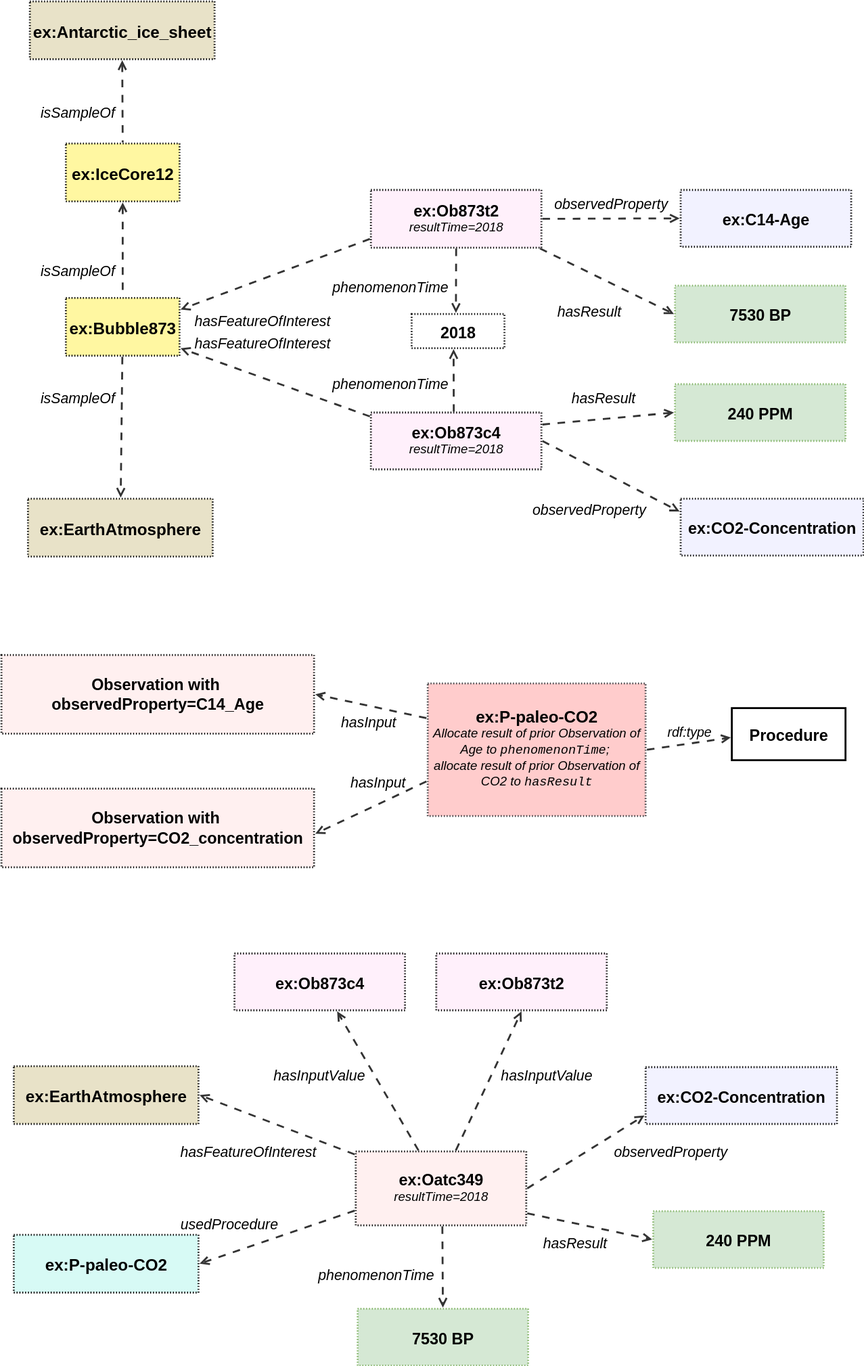
Before: ssn/images/paleo-atmosphere.svg, a diagram exported from draw.io (w3c/sdw-sosa-ssn). Source tidied: cells renumbered, new cells last; positions are measured from the earlier drawing's top-left corner, leaving out a move shared by most shapes.
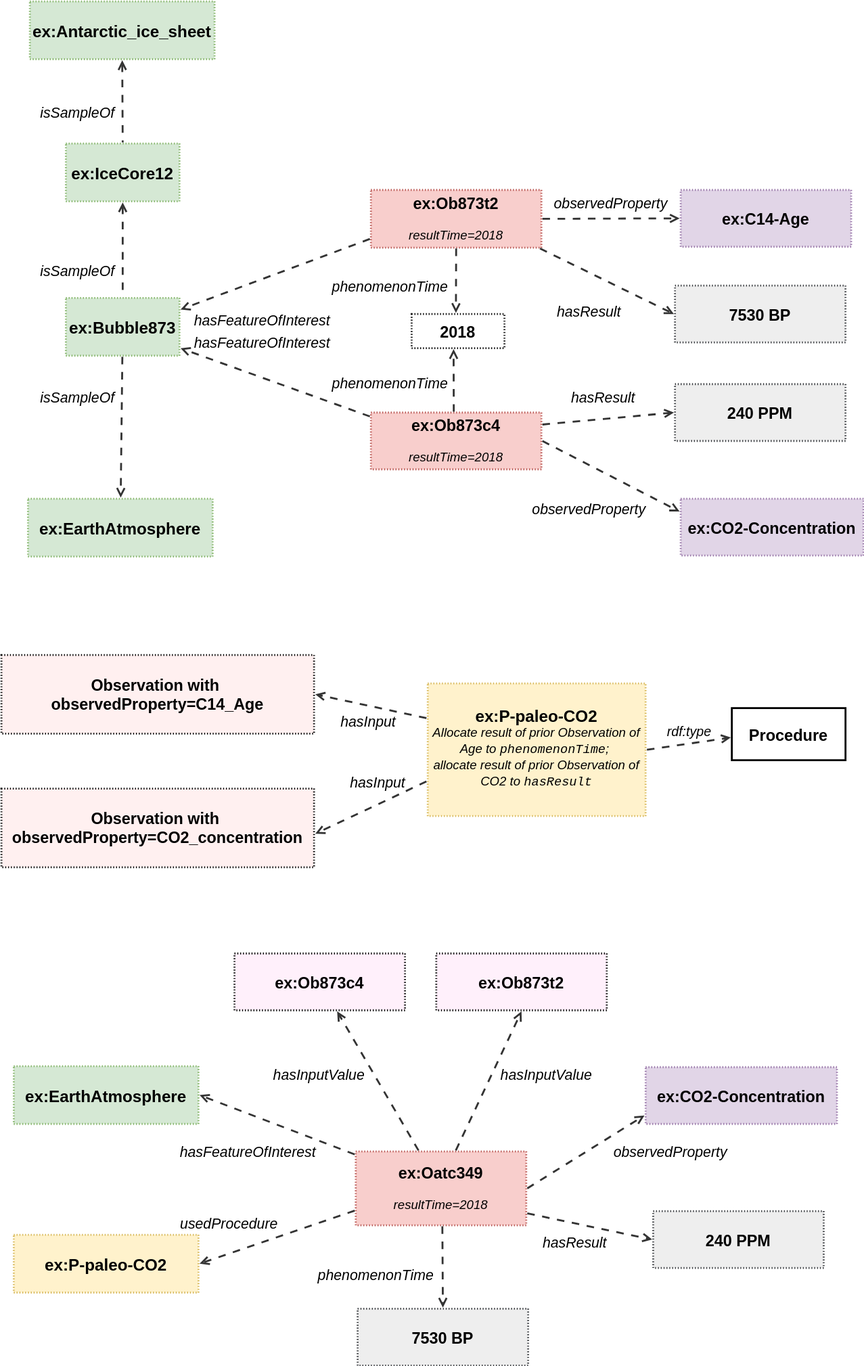
Later version of the same file.

Commit message:
consistent diagrams

Change to the diagram source:
```diff
@@ -7,3 +7,3 @@
     </mxCell>
-    <mxCell id="3" value="ex:Bubble873" style="html=1;overflow=block;blockSpacing=1;whiteSpace=wrap;fontSize=17.3;fontStyle=1;align=center;spacing=0;strokeOpacity=100;fillOpacity=100;fillColor=#fff7a1;dashed=1;fixDash=1;dashPattern=1 2;strokeWidth=2;fontColor=default;convertToSvg=1;" parent="1" vertex="1">
+    <mxCell id="3" value="ex:Bubble873" style="html=1;overflow=block;blockSpacing=1;whiteSpace=wrap;fontSize=17.3;fontStyle=1;align=center;spacing=0;strokeOpacity=100;fillOpacity=100;fillColor=#d5e8d4;dashed=1;fixDash=1;dashPattern=1 2;strokeWidth=2;convertToSvg=1;strokeColor=#82b366;" parent="1" vertex="1">
       <mxGeometry x="68" y="313" width="120" height="61" as="geometry" />
@@ -13,3 +13,3 @@
     </mxCell>
-    <mxCell id="5" value="ex:IceCore12" style="html=1;overflow=block;blockSpacing=1;whiteSpace=wrap;fontSize=17.3;fontStyle=1;align=center;spacing=0;strokeOpacity=100;fillOpacity=100;fillColor=#fff7a1;dashed=1;fixDash=1;dashPattern=1 2;strokeWidth=2;fontColor=default;convertToSvg=1;" parent="1" vertex="1">
+    <mxCell id="5" value="ex:IceCore12" style="html=1;overflow=block;blockSpacing=1;whiteSpace=wrap;fontSize=17.3;fontStyle=1;align=center;spacing=0;strokeOpacity=100;fillOpacity=100;fillColor=#d5e8d4;dashed=1;fixDash=1;dashPattern=1 2;strokeWidth=2;convertToSvg=1;strokeColor=#82b366;" parent="1" vertex="1">
       <mxGeometry x="68" y="150" width="120" height="61" as="geometry" />
@@ -19,3 +19,3 @@
     </mxCell>
-    <mxCell id="7" value="ex:EarthAtmosphere" style="html=1;overflow=block;blockSpacing=1;whiteSpace=wrap;fontSize=17.3;fontStyle=1;align=center;spacing=0;strokeOpacity=100;fillOpacity=100;fillColor=#e8e2c8;dashed=1;fixDash=1;dashPattern=1 2;strokeWidth=2;fontColor=default;convertToSvg=1;" parent="1" vertex="1">
+    <mxCell id="7" value="ex:EarthAtmosphere" style="html=1;overflow=block;blockSpacing=1;whiteSpace=wrap;fontSize=17.3;fontStyle=1;align=center;spacing=0;strokeOpacity=100;fillOpacity=100;fillColor=#d5e8d4;dashed=1;fixDash=1;dashPattern=1 2;strokeWidth=2;convertToSvg=1;strokeColor=#82b366;" parent="1" vertex="1">
       <mxGeometry x="28" y="525" width="195" height="61" as="geometry" />
@@ -25,6 +25,6 @@
     </mxCell>
-    <mxCell id="9" value="&lt;div style=&quot;display: flex; justify-content: center; text-align: center; align-items: baseline; font-size: 0; line-height: 1.25;margin-top: -2px;&quot;&gt;&lt;span&gt;&lt;span style=&quot;font-size:16.7px;font-weight: bold;&quot;&gt;ex:Ob873t2&lt;br&gt;&lt;/span&gt;&lt;/span&gt;&lt;/div&gt;&lt;div style=&quot;display: flex; justify-content: center; text-align: center; align-items: baseline; font-size: 0; line-height: 1.25;margin-top: -2px;&quot;&gt;&lt;span&gt;&lt;span style=&quot;font-size:13.3px;font-style: italic;&quot;&gt;resultTime=2018&lt;/span&gt;&lt;/span&gt;&lt;/div&gt;" style="align=center;whiteSpace=wrap;overflow=block;blockSpacing=1;html=1;fontSize=13;spacing=0;strokeOpacity=100;fillOpacity=100;fillColor=#fff0fb;dashed=1;fixDash=1;dashPattern=1 2;strokeWidth=2;fontColor=default;convertToSvg=1;" parent="1" vertex="1">
+    <mxCell id="9" value="&lt;div style=&quot;display: flex; justify-content: center; text-align: center; align-items: baseline; font-size: 0; line-height: 1.25;margin-top: -2px;&quot;&gt;&lt;span&gt;&lt;span style=&quot;font-size:16.7px;font-weight: bold;&quot;&gt;ex:Ob873t2&lt;br&gt;&lt;/span&gt;&lt;/span&gt;&lt;/div&gt;&lt;div style=&quot;display: flex; justify-content: center; text-align: center; align-items: baseline; font-size: 0; line-height: 1.25;margin-top: -2px;&quot;&gt;&lt;span&gt;&lt;span style=&quot;font-size:13.3px;font-style: italic;&quot;&gt;resultTime=2018&lt;/span&gt;&lt;/span&gt;&lt;/div&gt;" style="align=center;whiteSpace=wrap;overflow=block;blockSpacing=1;html=1;fontSize=13;spacing=0;strokeOpacity=100;fillOpacity=100;fillColor=#f8cecc;dashed=1;fixDash=1;dashPattern=1 2;strokeWidth=2;convertToSvg=1;strokeColor=#b85450;" parent="1" vertex="1">
       <mxGeometry x="390" y="199" width="180" height="61" as="geometry" />
     </mxCell>
-    <mxCell id="10" value="&lt;div style=&quot;display: flex; justify-content: center; text-align: center; align-items: baseline; font-size: 0; line-height: 1.25;margin-top: -2px;&quot;&gt;&lt;span&gt;&lt;span style=&quot;font-size:16.7px;font-weight: bold;&quot;&gt;ex:Ob873c4&lt;br&gt;&lt;/span&gt;&lt;/span&gt;&lt;/div&gt;&lt;div style=&quot;display: flex; justify-content: center; text-align: center; align-items: baseline; font-size: 0; line-height: 1.25;margin-top: -2px;&quot;&gt;&lt;span&gt;&lt;span style=&quot;font-size:13.3px;font-style: italic;&quot;&gt;resultTime=2018&lt;/span&gt;&lt;/span&gt;&lt;/div&gt;" style="align=center;whiteSpace=wrap;overflow=block;blockSpacing=1;html=1;fontSize=13;spacing=0;strokeOpacity=100;fillOpacity=100;fillColor=#fff0fb;dashed=1;fixDash=1;dashPattern=1 2;strokeWidth=2;fontColor=default;convertToSvg=1;" parent="1" vertex="1">
+    <mxCell id="10" value="&lt;div style=&quot;display: flex; justify-content: center; text-align: center; align-items: baseline; font-size: 0; line-height: 1.25;margin-top: -2px;&quot;&gt;&lt;span&gt;&lt;span style=&quot;font-size:16.7px;font-weight: bold;&quot;&gt;ex:Ob873c4&lt;br&gt;&lt;/span&gt;&lt;/span&gt;&lt;/div&gt;&lt;div style=&quot;display: flex; justify-content: center; text-align: center; align-items: baseline; font-size: 0; line-height: 1.25;margin-top: -2px;&quot;&gt;&lt;span&gt;&lt;span style=&quot;font-size:13.3px;font-style: italic;&quot;&gt;resultTime=2018&lt;/span&gt;&lt;/span&gt;&lt;/div&gt;" style="align=center;whiteSpace=wrap;overflow=block;blockSpacing=1;html=1;fontSize=13;spacing=0;strokeOpacity=100;fillOpacity=100;fillColor=#f8cecc;dashed=1;fixDash=1;dashPattern=1 2;strokeWidth=2;convertToSvg=1;strokeColor=#b85450;" parent="1" vertex="1">
       <mxGeometry x="390" y="434" width="180" height="60" as="geometry" />
@@ -40,6 +40,6 @@
     </mxCell>
-    <mxCell id="14" value="ex:CO2-Concentration" style="html=1;overflow=block;blockSpacing=1;whiteSpace=wrap;fontSize=16.7;fontStyle=1;align=center;spacing=0;strokeOpacity=100;fillOpacity=100;fillColor=#f2f2ff;dashed=1;fixDash=1;dashPattern=1 2;strokeWidth=2;fontColor=default;convertToSvg=1;" parent="1" vertex="1">
+    <mxCell id="14" value="ex:CO2-Concentration" style="html=1;overflow=block;blockSpacing=1;whiteSpace=wrap;fontSize=16.7;fontStyle=1;align=center;spacing=0;strokeOpacity=100;fillOpacity=100;fillColor=#e1d5e7;dashed=1;fixDash=1;dashPattern=1 2;strokeWidth=2;convertToSvg=1;strokeColor=#9673a6;" parent="1" vertex="1">
       <mxGeometry x="717" y="525" width="193" height="60" as="geometry" />
     </mxCell>
-    <mxCell id="15" value="ex:C14-Age" style="html=1;overflow=block;blockSpacing=1;whiteSpace=wrap;fontSize=16.7;fontStyle=1;align=center;spacing=0;strokeOpacity=100;fillOpacity=100;fillColor=#f2f2ff;dashed=1;fixDash=1;dashPattern=1 2;strokeWidth=2;fontColor=default;convertToSvg=1;" parent="1" vertex="1">
+    <mxCell id="15" value="ex:C14-Age" style="html=1;overflow=block;blockSpacing=1;whiteSpace=wrap;fontSize=16.7;fontStyle=1;align=center;spacing=0;strokeOpacity=100;fillOpacity=100;fillColor=#e1d5e7;dashed=1;fixDash=1;dashPattern=1 2;strokeWidth=2;convertToSvg=1;strokeColor=#9673a6;" parent="1" vertex="1">
       <mxGeometry x="717" y="199" width="180" height="60" as="geometry" />
@@ -58,6 +58,6 @@
     </mxCell>
-    <mxCell id="20" value="7530 BP" style="html=1;overflow=block;blockSpacing=1;whiteSpace=wrap;fontSize=16.7;fontStyle=1;align=center;spacing=0;strokeOpacity=100;fillOpacity=100;fillColor=#d5e8d4;dashed=1;fixDash=1;dashPattern=1 2;strokeWidth=2;strokeColor=#82b366;fontColor=default;convertToSvg=1;" parent="1" vertex="1">
+    <mxCell id="20" value="7530 BP" style="html=1;overflow=block;blockSpacing=1;whiteSpace=wrap;fontSize=16.7;fontStyle=1;align=center;spacing=0;strokeOpacity=100;fillOpacity=100;fillColor=#eeeeee;dashed=1;fixDash=1;dashPattern=1 2;strokeWidth=2;strokeColor=#36393d;convertToSvg=1;" parent="1" vertex="1">
       <mxGeometry x="711" y="300" width="180" height="60" as="geometry" />
     </mxCell>
-    <mxCell id="21" value="240 PPM" style="html=1;overflow=block;blockSpacing=1;whiteSpace=wrap;fontSize=16.7;fontStyle=1;align=center;spacing=0;strokeOpacity=100;fillOpacity=100;fillColor=#d5e8d4;dashed=1;fixDash=1;dashPattern=1 2;strokeWidth=2;strokeColor=#82b366;fontColor=default;convertToSvg=1;" parent="1" vertex="1">
+    <mxCell id="21" value="240 PPM" style="html=1;overflow=block;blockSpacing=1;whiteSpace=wrap;fontSize=16.7;fontStyle=1;align=center;spacing=0;strokeOpacity=100;fillOpacity=100;fillColor=#eeeeee;dashed=1;fixDash=1;dashPattern=1 2;strokeWidth=2;strokeColor=#36393d;convertToSvg=1;" parent="1" vertex="1">
       <mxGeometry x="711" y="404" width="180" height="60" as="geometry" />
@@ -94,3 +94,3 @@
     </mxCell>
-    <mxCell id="32" value="&lt;div style=&quot;display: flex; justify-content: center; text-align: center; align-items: baseline; font-size: 0; line-height: 1.25;margin-top: -2px;&quot;&gt;&lt;span&gt;&lt;span style=&quot;font-size:16.7px;font-weight: bold;&quot;&gt;ex:Oatc349&lt;br&gt;&lt;/span&gt;&lt;/span&gt;&lt;/div&gt;&lt;div style=&quot;display: flex; justify-content: center; text-align: center; align-items: baseline; font-size: 0; line-height: 1.25;margin-top: -2px;&quot;&gt;&lt;span&gt;&lt;span style=&quot;font-size:13.3px;font-style: italic;&quot;&gt;resultTime=2018&lt;/span&gt;&lt;/span&gt;&lt;/div&gt;" style="align=center;whiteSpace=wrap;overflow=block;blockSpacing=1;html=1;fontSize=13;spacing=0;strokeOpacity=100;fillOpacity=100;fillColor=#fff0f0;dashed=1;fixDash=1;dashPattern=1 2;strokeWidth=2;fontColor=default;convertToSvg=1;" parent="1" vertex="1">
+    <mxCell id="32" value="&lt;div style=&quot;display: flex; justify-content: center; text-align: center; align-items: baseline; font-size: 0; line-height: 1.25;margin-top: -2px;&quot;&gt;&lt;span&gt;&lt;span style=&quot;font-size:16.7px;font-weight: bold;&quot;&gt;ex:Oatc349&lt;br&gt;&lt;/span&gt;&lt;/span&gt;&lt;/div&gt;&lt;div style=&quot;display: flex; justify-content: center; text-align: center; align-items: baseline; font-size: 0; line-height: 1.25;margin-top: -2px;&quot;&gt;&lt;span&gt;&lt;span style=&quot;font-size:13.3px;font-style: italic;&quot;&gt;resultTime=2018&lt;/span&gt;&lt;/span&gt;&lt;/div&gt;" style="align=center;whiteSpace=wrap;overflow=block;blockSpacing=1;html=1;fontSize=13;spacing=0;strokeOpacity=100;fillOpacity=100;fillColor=#f8cecc;dashed=1;fixDash=1;dashPattern=1 2;strokeWidth=2;convertToSvg=1;strokeColor=#b85450;" parent="1" vertex="1">
       <mxGeometry x="374" y="1214" width="180" height="78" as="geometry" />
@@ -103,3 +103,3 @@
     </mxCell>
-    <mxCell id="35" value="ex:CO2-Concentration" style="html=1;overflow=block;blockSpacing=1;whiteSpace=wrap;fontSize=16.7;fontStyle=1;align=center;spacing=0;strokeOpacity=100;fillOpacity=100;fillColor=#f2f2ff;dashed=1;fixDash=1;dashPattern=1 2;strokeWidth=2;fontColor=default;convertToSvg=1;" parent="1" vertex="1">
+    <mxCell id="35" value="ex:CO2-Concentration" style="html=1;overflow=block;blockSpacing=1;whiteSpace=wrap;fontSize=16.7;fontStyle=1;align=center;spacing=0;strokeOpacity=100;fillOpacity=100;fillColor=#e1d5e7;dashed=1;fixDash=1;dashPattern=1 2;strokeWidth=2;convertToSvg=1;strokeColor=#9673a6;" parent="1" vertex="1">
       <mxGeometry x="680" y="1125" width="202" height="60" as="geometry" />
@@ -112,3 +112,3 @@
     </mxCell>
-    <mxCell id="38" value="240 PPM" style="html=1;overflow=block;blockSpacing=1;whiteSpace=wrap;fontSize=16.7;fontStyle=1;align=center;spacing=0;strokeOpacity=100;fillOpacity=100;fillColor=#d5e8d4;dashed=1;fixDash=1;dashPattern=1 2;strokeWidth=2;strokeColor=#82b366;fontColor=default;convertToSvg=1;" parent="1" vertex="1">
+    <mxCell id="38" value="240 PPM" style="html=1;overflow=block;blockSpacing=1;whiteSpace=wrap;fontSize=16.7;fontStyle=1;align=center;spacing=0;strokeOpacity=100;fillOpacity=100;fillColor=#eeeeee;dashed=1;fixDash=1;dashPattern=1 2;strokeWidth=2;strokeColor=#36393d;convertToSvg=1;" parent="1" vertex="1">
       <mxGeometry x="688" y="1277" width="180" height="60" as="geometry" />
@@ -121,3 +121,3 @@
     </mxCell>
-    <mxCell id="41" value="7530 BP" style="html=1;overflow=block;blockSpacing=1;whiteSpace=wrap;fontSize=16.7;fontStyle=1;align=center;spacing=0;strokeOpacity=100;fillOpacity=100;fillColor=#d5e8d4;dashed=1;fixDash=1;dashPattern=1 2;strokeWidth=2;strokeColor=#82b366;fontColor=default;convertToSvg=1;" parent="1" vertex="1">
+    <mxCell id="41" value="7530 BP" style="html=1;overflow=block;blockSpacing=1;whiteSpace=wrap;fontSize=16.7;fontStyle=1;align=center;spacing=0;strokeOpacity=100;fillOpacity=100;fillColor=#eeeeee;dashed=1;fixDash=1;dashPattern=1 2;strokeWidth=2;strokeColor=#36393d;convertToSvg=1;" parent="1" vertex="1">
       <mxGeometry x="376" y="1380" width="180" height="60" as="geometry" />
@@ -136,3 +136,3 @@
     </mxCell>
-    <mxCell id="46" value="ex:Antarctic_ice_sheet" style="html=1;overflow=block;blockSpacing=1;whiteSpace=wrap;fontSize=17.3;fontStyle=1;align=center;spacing=0;strokeOpacity=100;fillOpacity=100;fillColor=#e8e2c8;dashed=1;fixDash=1;dashPattern=1 2;strokeWidth=2;fontColor=default;convertToSvg=1;" parent="1" vertex="1">
+    <mxCell id="46" value="ex:Antarctic_ice_sheet" style="html=1;overflow=block;blockSpacing=1;whiteSpace=wrap;fontSize=17.3;fontStyle=1;align=center;spacing=0;strokeOpacity=100;fillOpacity=100;fillColor=#d5e8d4;dashed=1;fixDash=1;dashPattern=1 2;strokeWidth=2;convertToSvg=1;strokeColor=#82b366;" parent="1" vertex="1">
       <mxGeometry x="30" width="195" height="61" as="geometry" />
@@ -151,6 +151,6 @@
     </mxCell>
-    <mxCell id="51" value="ex:EarthAtmosphere" style="html=1;overflow=block;blockSpacing=1;whiteSpace=wrap;fontSize=17.3;fontStyle=1;align=center;spacing=0;strokeOpacity=100;fillOpacity=100;fillColor=#e8e2c8;dashed=1;fixDash=1;dashPattern=1 2;strokeWidth=2;fontColor=default;convertToSvg=1;" parent="1" vertex="1">
+    <mxCell id="51" value="ex:EarthAtmosphere" style="html=1;overflow=block;blockSpacing=1;whiteSpace=wrap;fontSize=17.3;fontStyle=1;align=center;spacing=0;strokeOpacity=100;fillOpacity=100;fillColor=#d5e8d4;dashed=1;fixDash=1;dashPattern=1 2;strokeWidth=2;convertToSvg=1;strokeColor=#82b366;" parent="1" vertex="1">
       <mxGeometry x="13" y="1124" width="195" height="61" as="geometry" />
     </mxCell>
-    <mxCell id="52" value="&lt;div style=&quot;display: flex; justify-content: center; text-align: center; align-items: baseline; font-size: 0; line-height: 1.25;margin-top: -2px;&quot;&gt;&lt;span&gt;&lt;span style=&quot;font-size:17.3px;font-weight: bold;&quot;&gt;ex:P-paleo-CO2&lt;/span&gt;&lt;span style=&quot;font-size:17.3px;font-style: italic;&quot;&gt;&lt;br&gt;&lt;/span&gt;&lt;/span&gt;&lt;/div&gt;&lt;div style=&quot;display: flex; justify-content: center; text-align: center; align-items: baseline; font-size: 0; line-height: 1.25;margin-top: -2px;&quot;&gt;&lt;span&gt;&lt;span style=&quot;font-size:13px;font-style: italic;&quot;&gt;&lt;span style=&quot;font-size:13.3px;font-style: italic;&quot;&gt;Allocate result of prior Observation of Age to &lt;/span&gt;&lt;span style=&quot;font-size:13.3px;font-style: italic;font-family: Liberation Mono;&quot;&gt;phenomenonTime&lt;/span&gt;&lt;span style=&quot;font-size:13.3px;font-style: italic;&quot;&gt;;&amp;nbsp;&lt;br&gt;&lt;/span&gt;&lt;/span&gt;&lt;span style=&quot;background-color: transparent; font-style: italic; font-size: 13.3px;&quot;&gt;allocate result of prior Observation of CO2 to &lt;/span&gt;&lt;span style=&quot;background-color: transparent; font-style: italic; font-size: 13.3px; font-family: &amp;quot;Liberation Mono&amp;quot;;&quot;&gt;hasResult&lt;/span&gt;&lt;/span&gt;&lt;/div&gt;" style="align=center;whiteSpace=wrap;overflow=block;blockSpacing=1;html=1;fontSize=13;spacing=0;strokeOpacity=100;fillOpacity=100;fillColor=#ffcccc;dashed=1;fixDash=1;dashPattern=1 2;strokeWidth=2;strokeColor=#36393d;fontColor=default;convertToSvg=1;" parent="1" vertex="1">
+    <mxCell id="52" value="&lt;div style=&quot;display: flex; justify-content: center; text-align: center; align-items: baseline; font-size: 0; line-height: 1.25;margin-top: -2px;&quot;&gt;&lt;span&gt;&lt;span style=&quot;font-size:17.3px;font-weight: bold;&quot;&gt;ex:P-paleo-CO2&lt;/span&gt;&lt;span style=&quot;font-size:17.3px;font-style: italic;&quot;&gt;&lt;br&gt;&lt;/span&gt;&lt;/span&gt;&lt;/div&gt;&lt;div style=&quot;display: flex; justify-content: center; text-align: center; align-items: baseline; font-size: 0; line-height: 1.25;margin-top: -2px;&quot;&gt;&lt;span&gt;&lt;span style=&quot;font-size:13px;font-style: italic;&quot;&gt;&lt;span style=&quot;font-size:13.3px;font-style: italic;&quot;&gt;Allocate result of prior Observation of Age to &lt;/span&gt;&lt;span style=&quot;font-size:13.3px;font-style: italic;font-family: Liberation Mono;&quot;&gt;phenomenonTime&lt;/span&gt;&lt;span style=&quot;font-size:13.3px;font-style: italic;&quot;&gt;;&amp;nbsp;&lt;br&gt;&lt;/span&gt;&lt;/span&gt;&lt;span style=&quot;background-color: transparent; font-style: italic; font-size: 13.3px;&quot;&gt;allocate result of prior Observation of CO2 to &lt;/span&gt;&lt;span style=&quot;background-color: transparent; font-style: italic; font-size: 13.3px; font-family: &amp;quot;Liberation Mono&amp;quot;;&quot;&gt;hasResult&lt;/span&gt;&lt;/span&gt;&lt;/div&gt;" style="align=center;whiteSpace=wrap;overflow=block;blockSpacing=1;html=1;fontSize=13;spacing=0;strokeOpacity=100;fillOpacity=100;fillColor=#fff2cc;dashed=1;fixDash=1;dashPattern=1 2;strokeWidth=2;strokeColor=#d6b656;convertToSvg=1;" parent="1" vertex="1">
       <mxGeometry x="450" y="720" width="230" height="140" as="geometry" />
@@ -175,3 +175,3 @@
     </mxCell>
-    <mxCell id="59" value="ex:P-paleo-CO2" style="html=1;overflow=block;blockSpacing=1;whiteSpace=wrap;fontSize=17.3;fontStyle=1;align=center;spacing=0;strokeOpacity=100;fillOpacity=100;fillColor=#d7faf5;dashed=1;fixDash=1;dashPattern=1 2;strokeWidth=2;fontColor=default;convertToSvg=1;" parent="1" vertex="1">
+    <mxCell id="59" value="ex:P-paleo-CO2" style="html=1;overflow=block;blockSpacing=1;whiteSpace=wrap;fontSize=17.3;fontStyle=1;align=center;spacing=0;strokeOpacity=100;fillOpacity=100;fillColor=#fff2cc;dashed=1;fixDash=1;dashPattern=1 2;strokeWidth=2;convertToSvg=1;strokeColor=#d6b656;" parent="1" vertex="1">
       <mxGeometry x="13" y="1302" width="195" height="61" as="geometry" />
```
